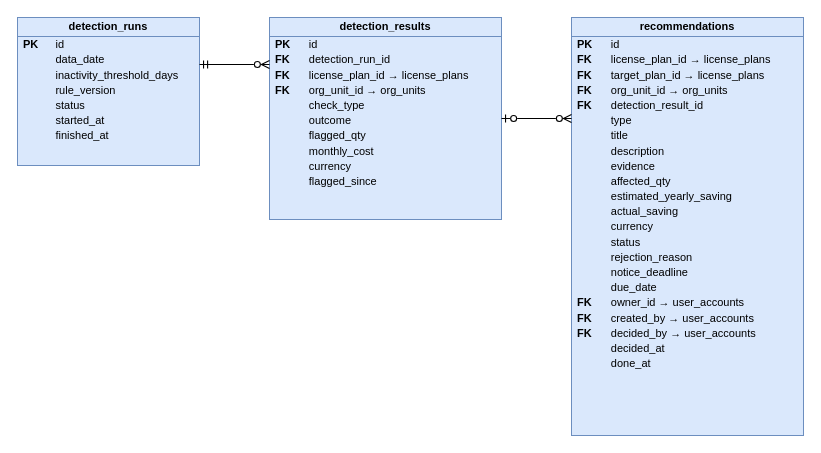
cuonglpv/VFast keeps this draw.io diagram as docs/database/diagrams/erd_optimization.drawio. Above is the earlier version. Source tidied: cells renumbered, new cells numbered last; positions are measured from the earlier drawing's top-left corner, leaving out a move shared by most shapes. Both pictures are drawn from the tidied source at 100%, with x=0, y=0 at pixel (17, 17).
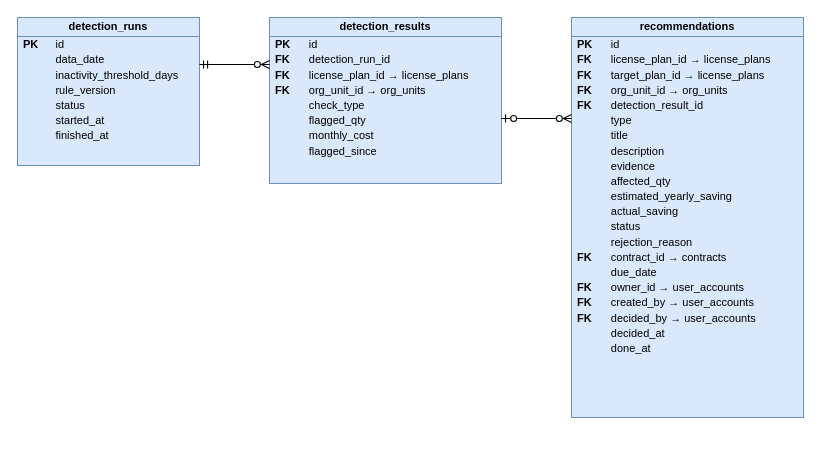
After the change.

Diff of the diagram source:
```diff
@@
 <mxGraphModel>
   <root>
     <mxCell id="0" />
     <mxCell id="1" parent="0" />
     <mxCell id="2" value="&lt;div style=&quot;font-weight:bold;text-align:center;padding:3px 0;border-bottom:1px solid #6C8EBF;&quot;&gt;detection_runs&lt;/div&gt;&lt;table style=&quot;width:100%;font-size:11px;border-collapse:collapse;&quot;&gt;&lt;tr&gt;&lt;td style=&quot;padding:1px 8px 1px 6px;&quot;&gt;&lt;b&gt;PK&lt;/b&gt;&lt;/td&gt;&lt;td style=&quot;padding:1px 6px;&quot;&gt;id&lt;/td&gt;&lt;/tr&gt;&lt;tr&gt;&lt;td style=&quot;padding:1px 8px 1px 6px;&quot;&gt;&lt;b&gt;&lt;/b&gt;&lt;/td&gt;&lt;td style=&quot;padding:1px 6px;&quot;&gt;data_date&lt;/td&gt;&lt;/tr&gt;&lt;tr&gt;&lt;td style=&quot;padding:1px 8px 1px 6px;&quot;&gt;&lt;b&gt;&lt;/b&gt;&lt;/td&gt;&lt;td style=&quot;padding:1px 6px;&quot;&gt;inactivity_threshold_days&lt;/td&gt;&lt;/tr&gt;&lt;tr&gt;&lt;td style=&quot;padding:1px 8px 1px 6px;&quot;&gt;&lt;b&gt;&lt;/b&gt;&lt;/td&gt;&lt;td style=&quot;padding:1px 6px;&quot;&gt;rule_version&lt;/td&gt;&lt;/tr&gt;&lt;tr&gt;&lt;td style=&quot;padding:1px 8px 1px 6px;&quot;&gt;&lt;b&gt;&lt;/b&gt;&lt;/td&gt;&lt;td style=&quot;padding:1px 6px;&quot;&gt;status&lt;/td&gt;&lt;/tr&gt;&lt;tr&gt;&lt;td style=&quot;padding:1px 8px 1px 6px;&quot;&gt;&lt;b&gt;&lt;/b&gt;&lt;/td&gt;&lt;td style=&quot;padding:1px 6px;&quot;&gt;started_at&lt;/td&gt;&lt;/tr&gt;&lt;tr&gt;&lt;td style=&quot;padding:1px 8px 1px 6px;&quot;&gt;&lt;b&gt;&lt;/b&gt;&lt;/td&gt;&lt;td style=&quot;padding:1px 6px;&quot;&gt;finished_at&lt;/td&gt;&lt;/tr&gt;&lt;/table&gt;" style="rounded=0;whiteSpace=wrap;html=1;verticalAlign=top;align=left;spacing=0;overflow=fill;fillColor=#DAE8FC;strokeColor=#6C8EBF;fontSize=11;" parent="1" vertex="1">
       <mxGeometry width="182" height="148" as="geometry" />
     </mxCell>
-    <mxCell id="3" value="&lt;div style=&quot;font-weight:bold;text-align:center;padding:3px 0;border-bottom:1px solid #6C8EBF;&quot;&gt;detection_results&lt;/div&gt;&lt;table style=&quot;width:100%;font-size:11px;border-collapse:collapse;&quot;&gt;&lt;tr&gt;&lt;td style=&quot;padding:1px 8px 1px 6px;&quot;&gt;&lt;b&gt;PK&lt;/b&gt;&lt;/td&gt;&lt;td style=&quot;padding:1px 6px;&quot;&gt;id&lt;/td&gt;&lt;/tr&gt;&lt;tr&gt;&lt;td style=&quot;padding:1px 8px 1px 6px;&quot;&gt;&lt;b&gt;FK&lt;/b&gt;&lt;/td&gt;&lt;td style=&quot;padding:1px 6px;&quot;&gt;detection_run_id&lt;/td&gt;&lt;/tr&gt;&lt;tr&gt;&lt;td style=&quot;padding:1px 8px 1px 6px;&quot;&gt;&lt;b&gt;FK&lt;/b&gt;&lt;/td&gt;&lt;td style=&quot;padding:1px 6px;&quot;&gt;license_plan_id → license_plans&lt;/td&gt;&lt;/tr&gt;&lt;tr&gt;&lt;td style=&quot;padding:1px 8px 1px 6px;&quot;&gt;&lt;b&gt;FK&lt;/b&gt;&lt;/td&gt;&lt;td style=&quot;padding:1px 6px;&quot;&gt;org_unit_id → org_units&lt;/td&gt;&lt;/tr&gt;&lt;tr&gt;&lt;td style=&quot;padding:1px 8px 1px 6px;&quot;&gt;&lt;b&gt;&lt;/b&gt;&lt;/td&gt;&lt;td style=&quot;padding:1px 6px;&quot;&gt;check_type&lt;/td&gt;&lt;/tr&gt;&lt;tr&gt;&lt;td style=&quot;padding:1px 8px 1px 6px;&quot;&gt;&lt;b&gt;&lt;/b&gt;&lt;/td&gt;&lt;td style=&quot;padding:1px 6px;&quot;&gt;outcome&lt;/td&gt;&lt;/tr&gt;&lt;tr&gt;&lt;td style=&quot;padding:1px 8px 1px 6px;&quot;&gt;&lt;b&gt;&lt;/b&gt;&lt;/td&gt;&lt;td style=&quot;padding:1px 6px;&quot;&gt;flagged_qty&lt;/td&gt;&lt;/tr&gt;&lt;tr&gt;&lt;td style=&quot;padding:1px 8px 1px 6px;&quot;&gt;&lt;b&gt;&lt;/b&gt;&lt;/td&gt;&lt;td style=&quot;padding:1px 6px;&quot;&gt;monthly_cost&lt;/td&gt;&lt;/tr&gt;&lt;tr&gt;&lt;td style=&quot;padding:1px 8px 1px 6px;&quot;&gt;&lt;b&gt;&lt;/b&gt;&lt;/td&gt;&lt;td style=&quot;padding:1px 6px;&quot;&gt;currency&lt;/td&gt;&lt;/tr&gt;&lt;tr&gt;&lt;td style=&quot;padding:1px 8px 1px 6px;&quot;&gt;&lt;b&gt;&lt;/b&gt;&lt;/td&gt;&lt;td style=&quot;padding:1px 6px;&quot;&gt;flagged_since&lt;/td&gt;&lt;/tr&gt;&lt;/table&gt;" style="rounded=0;whiteSpace=wrap;html=1;verticalAlign=top;align=left;spacing=0;overflow=fill;fillColor=#DAE8FC;strokeColor=#6C8EBF;fontSize=11;" parent="1" vertex="1">
-      <mxGeometry x="252" width="232" height="202" as="geometry" />
+    <mxCell id="3" value="&lt;div style=&quot;font-weight:bold;text-align:center;padding:3px 0;border-bottom:1px solid #6C8EBF;&quot;&gt;detection_results&lt;/div&gt;&lt;table style=&quot;width:100%;font-size:11px;border-collapse:collapse;&quot;&gt;&lt;tr&gt;&lt;td style=&quot;padding:1px 8px 1px 6px;&quot;&gt;&lt;b&gt;PK&lt;/b&gt;&lt;/td&gt;&lt;td style=&quot;padding:1px 6px;&quot;&gt;id&lt;/td&gt;&lt;/tr&gt;&lt;tr&gt;&lt;td style=&quot;padding:1px 8px 1px 6px;&quot;&gt;&lt;b&gt;FK&lt;/b&gt;&lt;/td&gt;&lt;td style=&quot;padding:1px 6px;&quot;&gt;detection_run_id&lt;/td&gt;&lt;/tr&gt;&lt;tr&gt;&lt;td style=&quot;padding:1px 8px 1px 6px;&quot;&gt;&lt;b&gt;FK&lt;/b&gt;&lt;/td&gt;&lt;td style=&quot;padding:1px 6px;&quot;&gt;license_plan_id → license_plans&lt;/td&gt;&lt;/tr&gt;&lt;tr&gt;&lt;td style=&quot;padding:1px 8px 1px 6px;&quot;&gt;&lt;b&gt;FK&lt;/b&gt;&lt;/td&gt;&lt;td style=&quot;padding:1px 6px;&quot;&gt;org_unit_id → org_units&lt;/td&gt;&lt;/tr&gt;&lt;tr&gt;&lt;td style=&quot;padding:1px 8px 1px 6px;&quot;&gt;&lt;b&gt;&lt;/b&gt;&lt;/td&gt;&lt;td style=&quot;padding:1px 6px;&quot;&gt;check_type&lt;/td&gt;&lt;/tr&gt;&lt;tr&gt;&lt;td style=&quot;padding:1px 8px 1px 6px;&quot;&gt;&lt;b&gt;&lt;/b&gt;&lt;/td&gt;&lt;td style=&quot;padding:1px 6px;&quot;&gt;flagged_qty&lt;/td&gt;&lt;/tr&gt;&lt;tr&gt;&lt;td style=&quot;padding:1px 8px 1px 6px;&quot;&gt;&lt;b&gt;&lt;/b&gt;&lt;/td&gt;&lt;td style=&quot;padding:1px 6px;&quot;&gt;monthly_cost&lt;/td&gt;&lt;/tr&gt;&lt;tr&gt;&lt;td style=&quot;padding:1px 8px 1px 6px;&quot;&gt;&lt;b&gt;&lt;/b&gt;&lt;/td&gt;&lt;td style=&quot;padding:1px 6px;&quot;&gt;flagged_since&lt;/td&gt;&lt;/tr&gt;&lt;/table&gt;" style="rounded=0;whiteSpace=wrap;html=1;verticalAlign=top;align=left;spacing=0;overflow=fill;fillColor=#DAE8FC;strokeColor=#6C8EBF;fontSize=11;" parent="1" vertex="1">
+      <mxGeometry x="252" width="232" height="166" as="geometry" />
     </mxCell>
-    <mxCell id="4" value="&lt;div style=&quot;font-weight:bold;text-align:center;padding:3px 0;border-bottom:1px solid #6C8EBF;&quot;&gt;recommendations&lt;/div&gt;&lt;table style=&quot;width:100%;font-size:11px;border-collapse:collapse;&quot;&gt;&lt;tr&gt;&lt;td style=&quot;padding:1px 8px 1px 6px;&quot;&gt;&lt;b&gt;PK&lt;/b&gt;&lt;/td&gt;&lt;td style=&quot;padding:1px 6px;&quot;&gt;id&lt;/td&gt;&lt;/tr&gt;&lt;tr&gt;&lt;td style=&quot;padding:1px 8px 1px 6px;&quot;&gt;&lt;b&gt;FK&lt;/b&gt;&lt;/td&gt;&lt;td style=&quot;padding:1px 6px;&quot;&gt;license_plan_id → license_plans&lt;/td&gt;&lt;/tr&gt;&lt;tr&gt;&lt;td style=&quot;padding:1px 8px 1px 6px;&quot;&gt;&lt;b&gt;FK&lt;/b&gt;&lt;/td&gt;&lt;td style=&quot;padding:1px 6px;&quot;&gt;target_plan_id → license_plans&lt;/td&gt;&lt;/tr&gt;&lt;tr&gt;&lt;td style=&quot;padding:1px 8px 1px 6px;&quot;&gt;&lt;b&gt;FK&lt;/b&gt;&lt;/td&gt;&lt;td style=&quot;padding:1px 6px;&quot;&gt;org_unit_id → org_units&lt;/td&gt;&lt;/tr&gt;&lt;tr&gt;&lt;td style=&quot;padding:1px 8px 1px 6px;&quot;&gt;&lt;b&gt;FK&lt;/b&gt;&lt;/td&gt;&lt;td style=&quot;padding:1px 6px;&quot;&gt;detection_result_id&lt;/td&gt;&lt;/tr&gt;&lt;tr&gt;&lt;td style=&quot;padding:1px 8px 1px 6px;&quot;&gt;&lt;b&gt;&lt;/b&gt;&lt;/td&gt;&lt;td style=&quot;padding:1px 6px;&quot;&gt;type&lt;/td&gt;&lt;/tr&gt;&lt;tr&gt;&lt;td style=&quot;padding:1px 8px 1px 6px;&quot;&gt;&lt;b&gt;&lt;/b&gt;&lt;/td&gt;&lt;td style=&quot;padding:1px 6px;&quot;&gt;title&lt;/td&gt;&lt;/tr&gt;&lt;tr&gt;&lt;td style=&quot;padding:1px 8px 1px 6px;&quot;&gt;&lt;b&gt;&lt;/b&gt;&lt;/td&gt;&lt;td style=&quot;padding:1px 6px;&quot;&gt;description&lt;/td&gt;&lt;/tr&gt;&lt;tr&gt;&lt;td style=&quot;padding:1px 8px 1px 6px;&quot;&gt;&lt;b&gt;&lt;/b&gt;&lt;/td&gt;&lt;td style=&quot;padding:1px 6px;&quot;&gt;evidence&lt;/td&gt;&lt;/tr&gt;&lt;tr&gt;&lt;td style=&quot;padding:1px 8px 1px 6px;&quot;&gt;&lt;b&gt;&lt;/b&gt;&lt;/td&gt;&lt;td style=&quot;padding:1px 6px;&quot;&gt;affected_qty&lt;/td&gt;&lt;/tr&gt;&lt;tr&gt;&lt;td style=&quot;padding:1px 8px 1px 6px;&quot;&gt;&lt;b&gt;&lt;/b&gt;&lt;/td&gt;&lt;td style=&quot;padding:1px 6px;&quot;&gt;estimated_yearly_saving&lt;/td&gt;&lt;/tr&gt;&lt;tr&gt;&lt;td style=&quot;padding:1px 8px 1px 6px;&quot;&gt;&lt;b&gt;&lt;/b&gt;&lt;/td&gt;&lt;td style=&quot;padding:1px 6px;&quot;&gt;actual_saving&lt;/td&gt;&lt;/tr&gt;&lt;tr&gt;&lt;td style=&quot;padding:1px 8px 1px 6px;&quot;&gt;&lt;b&gt;&lt;/b&gt;&lt;/td&gt;&lt;td style=&quot;padding:1px 6px;&quot;&gt;currency&lt;/td&gt;&lt;/tr&gt;&lt;tr&gt;&lt;td style=&quot;padding:1px 8px 1px 6px;&quot;&gt;&lt;b&gt;&lt;/b&gt;&lt;/td&gt;&lt;td style=&quot;padding:1px 6px;&quot;&gt;status&lt;/td&gt;&lt;/tr&gt;&lt;tr&gt;&lt;td style=&quot;padding:1px 8px 1px 6px;&quot;&gt;&lt;b&gt;&lt;/b&gt;&lt;/td&gt;&lt;td style=&quot;padding:1px 6px;&quot;&gt;rejection_reason&lt;/td&gt;&lt;/tr&gt;&lt;tr&gt;&lt;td style=&quot;padding:1px 8px 1px 6px;&quot;&gt;&lt;b&gt;&lt;/b&gt;&lt;/td&gt;&lt;td style=&quot;padding:1px 6px;&quot;&gt;notice_deadline&lt;/td&gt;&lt;/tr&gt;&lt;tr&gt;&lt;td style=&quot;padding:1px 8px 1px 6px;&quot;&gt;&lt;b&gt;&lt;/b&gt;&lt;/td&gt;&lt;td style=&quot;padding:1px 6px;&quot;&gt;due_date&lt;/td&gt;&lt;/tr&gt;&lt;tr&gt;&lt;td style=&quot;padding:1px 8px 1px 6px;&quot;&gt;&lt;b&gt;FK&lt;/b&gt;&lt;/td&gt;&lt;td style=&quot;padding:1px 6px;&quot;&gt;owner_id → user_accounts&lt;/td&gt;&lt;/tr&gt;&lt;tr&gt;&lt;td style=&quot;padding:1px 8px 1px 6px;&quot;&gt;&lt;b&gt;FK&lt;/b&gt;&lt;/td&gt;&lt;td style=&quot;padding:1px 6px;&quot;&gt;created_by → user_accounts&lt;/td&gt;&lt;/tr&gt;&lt;tr&gt;&lt;td style=&quot;padding:1px 8px 1px 6px;&quot;&gt;&lt;b&gt;FK&lt;/b&gt;&lt;/td&gt;&lt;td style=&quot;padding:1px 6px;&quot;&gt;decided_by → user_accounts&lt;/td&gt;&lt;/tr&gt;&lt;tr&gt;&lt;td style=&quot;padding:1px 8px 1px 6px;&quot;&gt;&lt;b&gt;&lt;/b&gt;&lt;/td&gt;&lt;td style=&quot;padding:1px 6px;&quot;&gt;decided_at&lt;/td&gt;&lt;/tr&gt;&lt;tr&gt;&lt;td style=&quot;padding:1px 8px 1px 6px;&quot;&gt;&lt;b&gt;&lt;/b&gt;&lt;/td&gt;&lt;td style=&quot;padding:1px 6px;&quot;&gt;done_at&lt;/td&gt;&lt;/tr&gt;&lt;/table&gt;" style="rounded=0;whiteSpace=wrap;html=1;verticalAlign=top;align=left;spacing=0;overflow=fill;fillColor=#DAE8FC;strokeColor=#6C8EBF;fontSize=11;" parent="1" vertex="1">
-      <mxGeometry x="554" width="232" height="418" as="geometry" />
+    <mxCell id="4" value="&lt;div style=&quot;font-weight:bold;text-align:center;padding:3px 0;border-bottom:1px solid #6C8EBF;&quot;&gt;recommendations&lt;/div&gt;&lt;table style=&quot;width:100%;font-size:11px;border-collapse:collapse;&quot;&gt;&lt;tr&gt;&lt;td style=&quot;padding:1px 8px 1px 6px;&quot;&gt;&lt;b&gt;PK&lt;/b&gt;&lt;/td&gt;&lt;td style=&quot;padding:1px 6px;&quot;&gt;id&lt;/td&gt;&lt;/tr&gt;&lt;tr&gt;&lt;td style=&quot;padding:1px 8px 1px 6px;&quot;&gt;&lt;b&gt;FK&lt;/b&gt;&lt;/td&gt;&lt;td style=&quot;padding:1px 6px;&quot;&gt;license_plan_id → license_plans&lt;/td&gt;&lt;/tr&gt;&lt;tr&gt;&lt;td style=&quot;padding:1px 8px 1px 6px;&quot;&gt;&lt;b&gt;FK&lt;/b&gt;&lt;/td&gt;&lt;td style=&quot;padding:1px 6px;&quot;&gt;target_plan_id → license_plans&lt;/td&gt;&lt;/tr&gt;&lt;tr&gt;&lt;td style=&quot;padding:1px 8px 1px 6px;&quot;&gt;&lt;b&gt;FK&lt;/b&gt;&lt;/td&gt;&lt;td style=&quot;padding:1px 6px;&quot;&gt;org_unit_id → org_units&lt;/td&gt;&lt;/tr&gt;&lt;tr&gt;&lt;td style=&quot;padding:1px 8px 1px 6px;&quot;&gt;&lt;b&gt;FK&lt;/b&gt;&lt;/td&gt;&lt;td style=&quot;padding:1px 6px;&quot;&gt;detection_result_id&lt;/td&gt;&lt;/tr&gt;&lt;tr&gt;&lt;td style=&quot;padding:1px 8px 1px 6px;&quot;&gt;&lt;b&gt;&lt;/b&gt;&lt;/td&gt;&lt;td style=&quot;padding:1px 6px;&quot;&gt;type&lt;/td&gt;&lt;/tr&gt;&lt;tr&gt;&lt;td style=&quot;padding:1px 8px 1px 6px;&quot;&gt;&lt;b&gt;&lt;/b&gt;&lt;/td&gt;&lt;td style=&quot;padding:1px 6px;&quot;&gt;title&lt;/td&gt;&lt;/tr&gt;&lt;tr&gt;&lt;td style=&quot;padding:1px 8px 1px 6px;&quot;&gt;&lt;b&gt;&lt;/b&gt;&lt;/td&gt;&lt;td style=&quot;padding:1px 6px;&quot;&gt;description&lt;/td&gt;&lt;/tr&gt;&lt;tr&gt;&lt;td style=&quot;padding:1px 8px 1px 6px;&quot;&gt;&lt;b&gt;&lt;/b&gt;&lt;/td&gt;&lt;td style=&quot;padding:1px 6px;&quot;&gt;evidence&lt;/td&gt;&lt;/tr&gt;&lt;tr&gt;&lt;td style=&quot;padding:1px 8px 1px 6px;&quot;&gt;&lt;b&gt;&lt;/b&gt;&lt;/td&gt;&lt;td style=&quot;padding:1px 6px;&quot;&gt;affected_qty&lt;/td&gt;&lt;/tr&gt;&lt;tr&gt;&lt;td style=&quot;padding:1px 8px 1px 6px;&quot;&gt;&lt;b&gt;&lt;/b&gt;&lt;/td&gt;&lt;td style=&quot;padding:1px 6px;&quot;&gt;estimated_yearly_saving&lt;/td&gt;&lt;/tr&gt;&lt;tr&gt;&lt;td style=&quot;padding:1px 8px 1px 6px;&quot;&gt;&lt;b&gt;&lt;/b&gt;&lt;/td&gt;&lt;td style=&quot;padding:1px 6px;&quot;&gt;actual_saving&lt;/td&gt;&lt;/tr&gt;&lt;tr&gt;&lt;td style=&quot;padding:1px 8px 1px 6px;&quot;&gt;&lt;b&gt;&lt;/b&gt;&lt;/td&gt;&lt;td style=&quot;padding:1px 6px;&quot;&gt;status&lt;/td&gt;&lt;/tr&gt;&lt;tr&gt;&lt;td style=&quot;padding:1px 8px 1px 6px;&quot;&gt;&lt;b&gt;&lt;/b&gt;&lt;/td&gt;&lt;td style=&quot;padding:1px 6px;&quot;&gt;rejection_reason&lt;/td&gt;&lt;/tr&gt;&lt;tr&gt;&lt;td style=&quot;padding:1px 8px 1px 6px;&quot;&gt;&lt;b&gt;FK&lt;/b&gt;&lt;/td&gt;&lt;td style=&quot;padding:1px 6px;&quot;&gt;contract_id → contracts&lt;/td&gt;&lt;/tr&gt;&lt;tr&gt;&lt;td style=&quot;padding:1px 8px 1px 6px;&quot;&gt;&lt;b&gt;&lt;/b&gt;&lt;/td&gt;&lt;td style=&quot;padding:1px 6px;&quot;&gt;due_date&lt;/td&gt;&lt;/tr&gt;&lt;tr&gt;&lt;td style=&quot;padding:1px 8px 1px 6px;&quot;&gt;&lt;b&gt;FK&lt;/b&gt;&lt;/td&gt;&lt;td style=&quot;padding:1px 6px;&quot;&gt;owner_id → user_accounts&lt;/td&gt;&lt;/tr&gt;&lt;tr&gt;&lt;td style=&quot;padding:1px 8px 1px 6px;&quot;&gt;&lt;b&gt;FK&lt;/b&gt;&lt;/td&gt;&lt;td style=&quot;padding:1px 6px;&quot;&gt;created_by → user_accounts&lt;/td&gt;&lt;/tr&gt;&lt;tr&gt;&lt;td style=&quot;padding:1px 8px 1px 6px;&quot;&gt;&lt;b&gt;FK&lt;/b&gt;&lt;/td&gt;&lt;td style=&quot;padding:1px 6px;&quot;&gt;decided_by → user_accounts&lt;/td&gt;&lt;/tr&gt;&lt;tr&gt;&lt;td style=&quot;padding:1px 8px 1px 6px;&quot;&gt;&lt;b&gt;&lt;/b&gt;&lt;/td&gt;&lt;td style=&quot;padding:1px 6px;&quot;&gt;decided_at&lt;/td&gt;&lt;/tr&gt;&lt;tr&gt;&lt;td style=&quot;padding:1px 8px 1px 6px;&quot;&gt;&lt;b&gt;&lt;/b&gt;&lt;/td&gt;&lt;td style=&quot;padding:1px 6px;&quot;&gt;done_at&lt;/td&gt;&lt;/tr&gt;&lt;/table&gt;" style="rounded=0;whiteSpace=wrap;html=1;verticalAlign=top;align=left;spacing=0;overflow=fill;fillColor=#DAE8FC;strokeColor=#6C8EBF;fontSize=11;" parent="1" vertex="1">
+      <mxGeometry x="554" width="232" height="400" as="geometry" />
     </mxCell>
     <mxCell id="5" style="html=1;rounded=0;endArrow=ERzeroToMany;endFill=0;startArrow=ERmandOne;startFill=0;strokeColor=#000000;strokeWidth=1.1;" parent="1" edge="1">
       <mxGeometry relative="1" as="geometry">
         <mxPoint x="182" y="47" as="sourcePoint" />
         <mxPoint x="252" y="47" as="targetPoint" />
       </mxGeometry>
     </mxCell>
     <mxCell id="6" style="html=1;rounded=0;endArrow=ERzeroToMany;endFill=0;startArrow=ERzeroToOne;startFill=0;strokeColor=#000000;strokeWidth=1.1;" parent="1" edge="1">
       <mxGeometry relative="1" as="geometry">
         <mxPoint x="484" y="101" as="sourcePoint" />
         <mxPoint x="554" y="101" as="targetPoint" />
       </mxGeometry>
     </mxCell>
   </root>
 </mxGraphModel>
```
